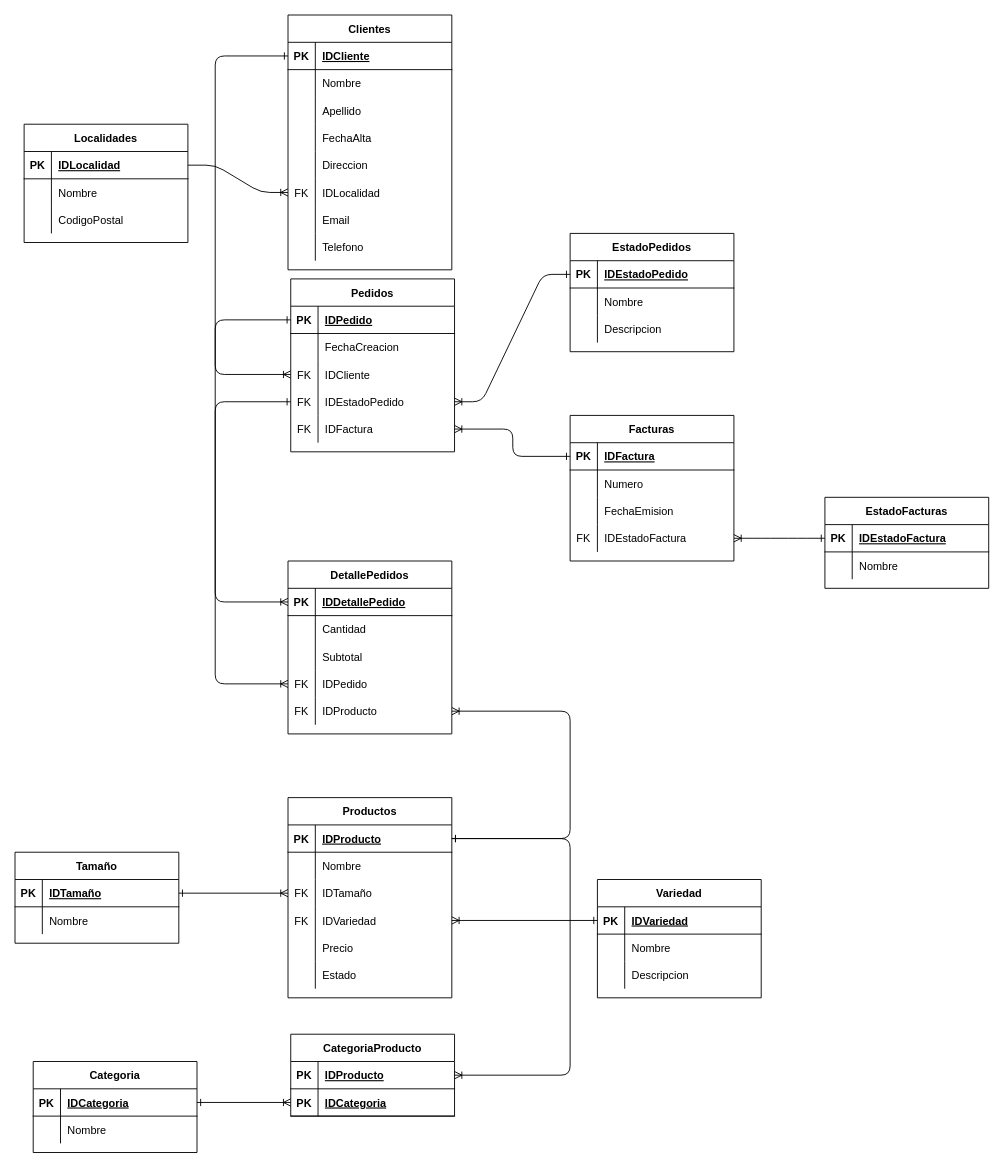
This is Delivery DER.drawio from RailGun15/laboratorio3-20202c, a draw.io file, before an edit. Source tidied: cells renumbered, new cells numbered last; positions are measured from the earlier drawing's top-left corner, leaving out a move shared by most shapes. Both pictures are drawn from the tidied source at 91%, with x=0, y=0 at pixel (15, 15).
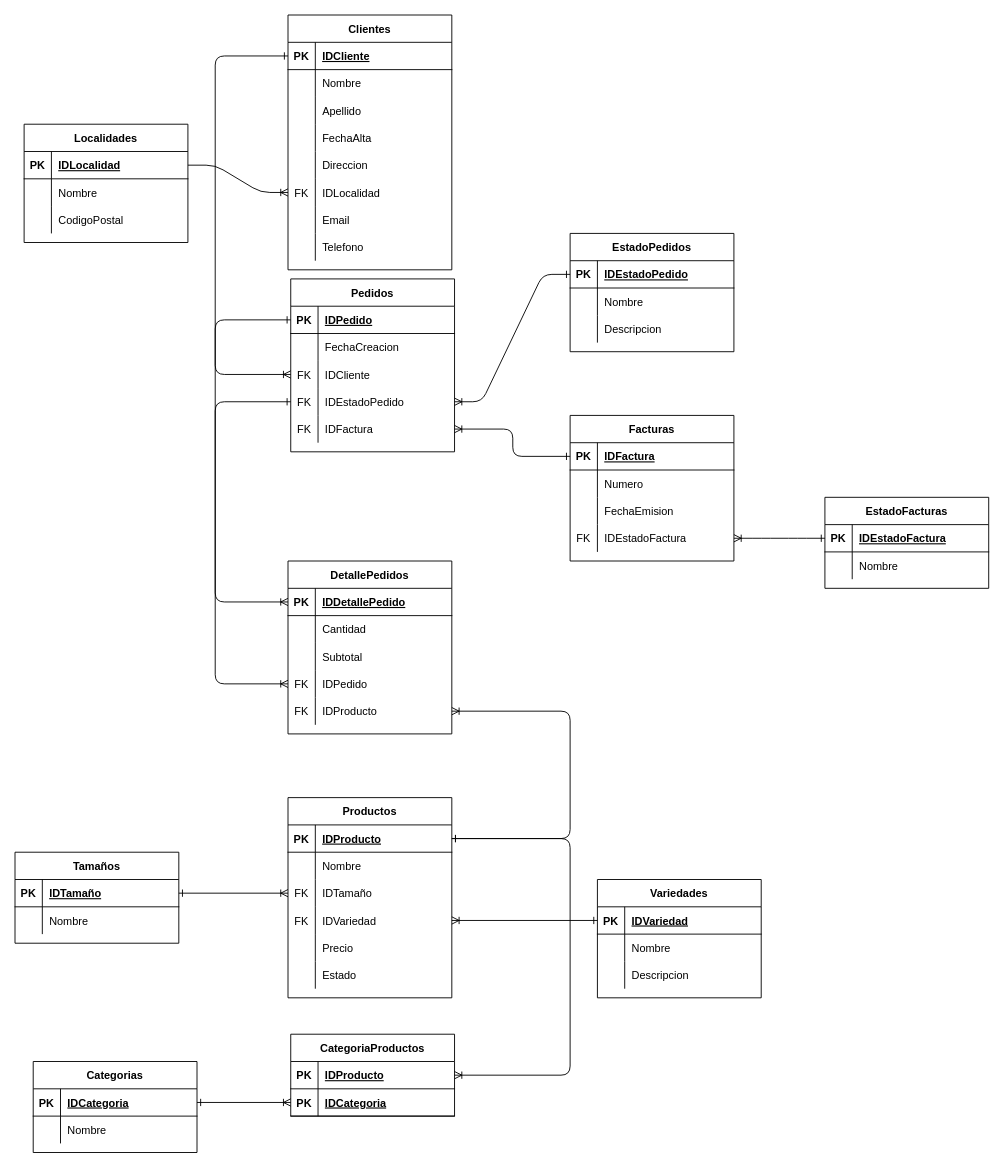
The same page after the edit.

What changed in the source:
```diff
@@
-    <mxCell id="126" value="Tamaño" style="shape=table;startSize=30;childLayout=tableLayout;rowLines=0;fontStyle=1;align=center;" parent="1" vertex="1">
+    <mxCell id="126" value="Tamaños" style="shape=table;startSize=30;childLayout=tableLayout;rowLines=0;fontStyle=1;align=center;" parent="1" vertex="1">
       <mxGeometry y="920" width="180" height="100" as="geometry" />
     </mxCell>
@@
-    <mxCell id="133" value="Variedad" style="shape=table;startSize=30;childLayout=tableLayout;rowLines=0;fontStyle=1;align=center;" parent="1" vertex="1">
+    <mxCell id="133" value="Variedades" style="shape=table;startSize=30;childLayout=tableLayout;rowLines=0;fontStyle=1;align=center;" parent="1" vertex="1">
       <mxGeometry x="640" y="950" width="180" height="130" as="geometry" />
     </mxCell>
@@
-    <mxCell id="145" value="Categoria" style="shape=table;startSize=30;childLayout=tableLayout;rowLines=0;fontStyle=1;align=center;" parent="1" vertex="1">
+    <mxCell id="145" value="Categorias" style="shape=table;startSize=30;childLayout=tableLayout;rowLines=0;fontStyle=1;align=center;" parent="1" vertex="1">
       <mxGeometry x="20" y="1150" width="180" height="100" as="geometry" />
     </mxCell>
@@
-    <mxCell id="152" value="CategoriaProducto" style="shape=table;startSize=30;childLayout=tableLayout;rowLines=0;fontStyle=1;align=center;" parent="1" vertex="1">
+    <mxCell id="152" value="CategoriaProductos" style="shape=table;startSize=30;childLayout=tableLayout;rowLines=0;fontStyle=1;align=center;" parent="1" vertex="1">
       <mxGeometry x="303" y="1120" width="180" height="90" as="geometry" />
     </mxCell>
```
